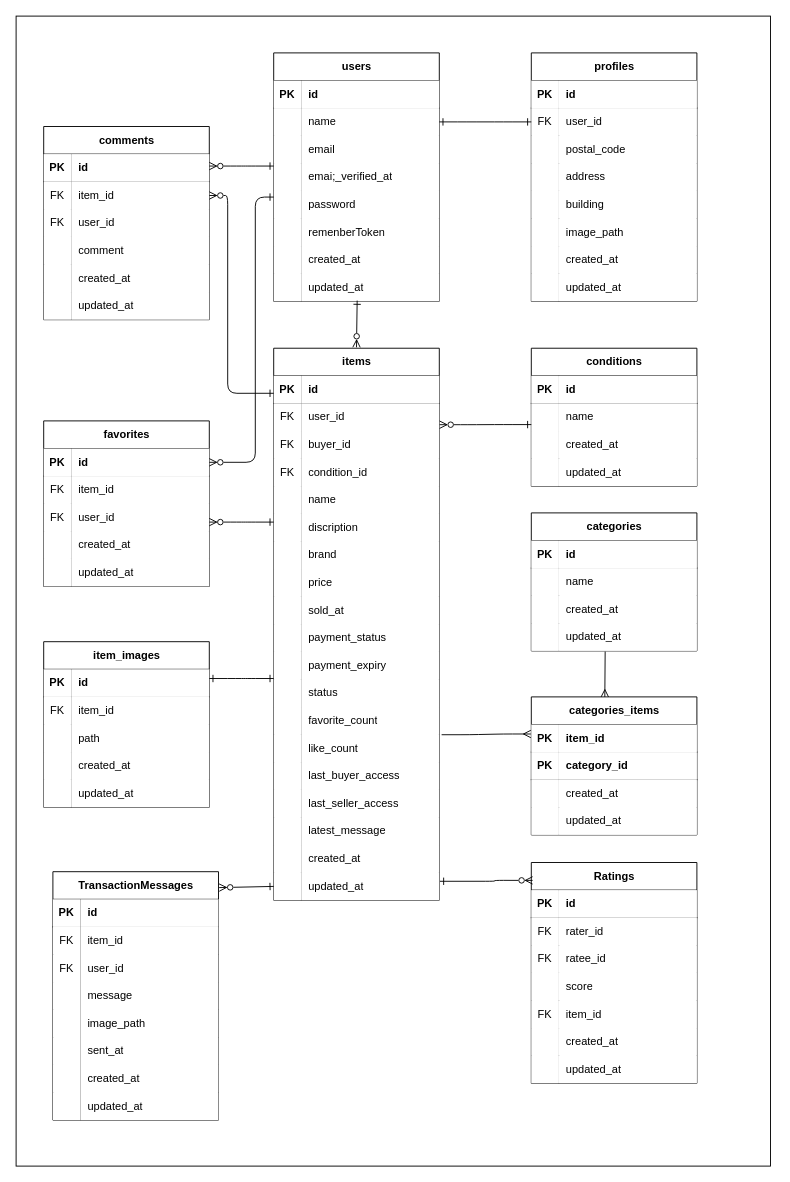
KOU-jpg/SubmitProTest keeps this draw.io diagram as erd.dio. Above is the earlier version. Source tidied: cells renumbered, new cells numbered last; positions are measured from the earlier drawing's top-left corner, leaving out a move shared by most shapes. Both pictures are drawn from the tidied source at 92%, with x=0, y=0 at pixel (16, 16).
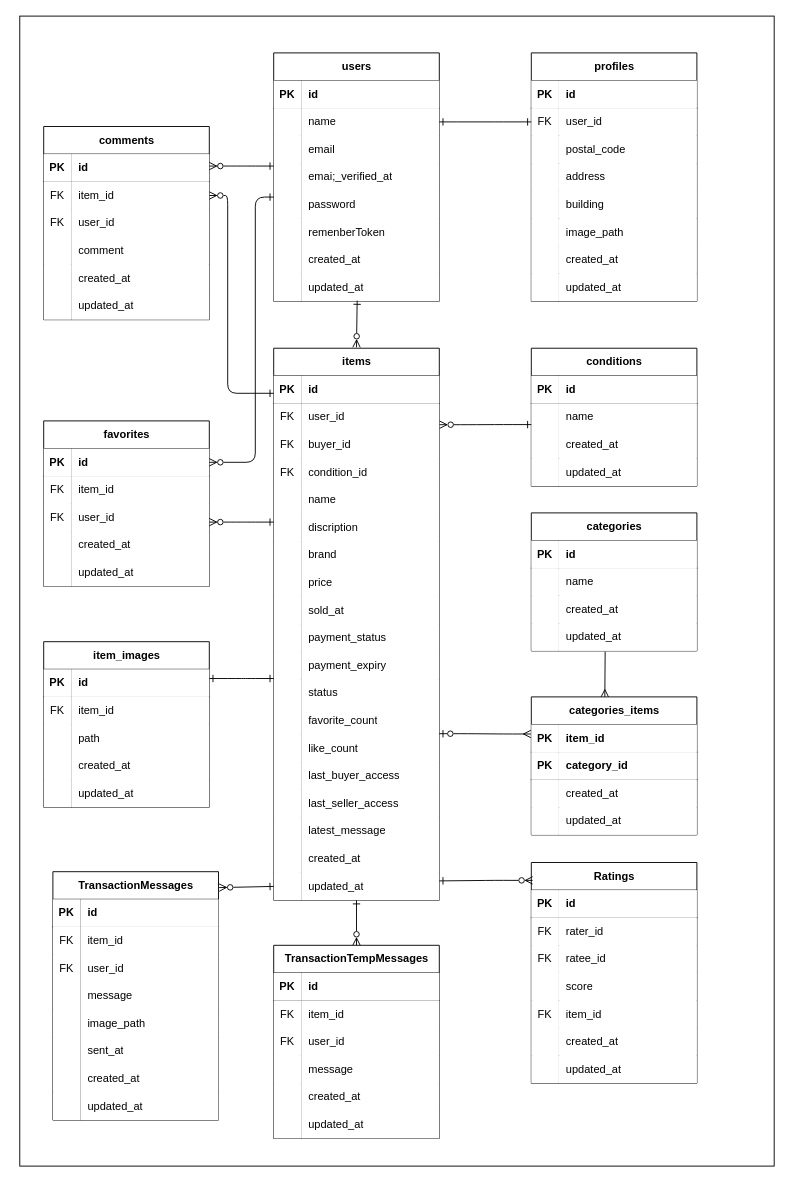
The same page after the edit.

Unchanged cells that the change refers to:
```xml
<mxCell id="63" value="items" style="shape=table;startSize=30;childLayout=tableLayout;rowLines=0;fontStyle=1;align=center;html=1;" parent="1" vertex="1">
  <mxGeometry x="280" y="361" width="180" height="600" as="geometry" />
</mxCell>
<mxCell id="100" style="shape=tableRow;horizontal=0;startSize=0;swimlaneHead=0;swimlaneBody=0;fillColor=none;points=[[0,0.5],[1,0.5]];portConstraint=eastwest;top=0;left=0;right=0;bottom=0;" parent="63" vertex="1">
  <mxGeometry y="390" width="180" height="30" as="geometry" />
</mxCell>
<mxCell id="118" style="shape=tableRow;horizontal=0;startSize=0;swimlaneHead=0;swimlaneBody=0;fillColor=none;points=[[0,0.5],[1,0.5]];portConstraint=eastwest;top=0;left=0;right=0;bottom=0;" parent="63" vertex="1">
  <mxGeometry y="570" width="180" height="30" as="geometry" />
</mxCell>
<mxCell id="189" style="shape=tableRow;horizontal=0;startSize=0;swimlaneHead=0;swimlaneBody=0;fillColor=none;points=[[0,0.5],[1,0.5]];portConstraint=eastwest;top=0;left=0;right=0;bottom=1;" parent="188" vertex="1">
  <mxGeometry y="30" width="180" height="30" as="geometry" />
</mxCell>
<mxCell id="236" value="Ratings" style="shape=table;startSize=30;childLayout=tableLayout;rowLines=0;fontStyle=1;align=center;html=1;" parent="1" vertex="1">
  <mxGeometry x="560" y="920" width="180" height="240" as="geometry" />
</mxCell>
```

The edit, as a diff of the source:
```diff
@@
     <mxCell id="2" style="rounded=0;whiteSpace=wrap;html=1;" parent="1" vertex="1">
-      <mxGeometry width="820" height="1250" as="geometry" />
+      <mxGeometry x="4" width="820" height="1250" as="geometry" />
     </mxCell>
@@
-    <mxCell id="209" style="edgeStyle=entityRelationEdgeStyle;fontSize=12;html=1;endArrow=ERmany;startArrow=none;exitX=1.014;exitY=1.004;exitDx=0;exitDy=0;endFill=0;startFill=0;entryX=-0.003;entryY=0.344;entryDx=0;entryDy=0;entryPerimeter=0;exitPerimeter=0;" parent="1" edge="1" source="100" target="189">
-      <mxGeometry relative="1" as="geometry" />
+    <mxCell id="209" style="edgeStyle=entityRelationEdgeStyle;fontSize=12;html=1;endArrow=ERmany;startArrow=ERzeroToOne;endFill=0;startFill=0;entryX=-0.003;entryY=0.344;entryDx=0;entryDy=0;entryPerimeter=0;" parent="1" edge="1" target="189">
+      <mxGeometry relative="1" as="geometry">
+        <mxPoint x="460" y="780" as="sourcePoint" />
+      </mxGeometry>
     </mxCell>
@@
-    <mxCell id="259" style="fontSize=12;html=1;endArrow=ERone;startArrow=ERzeroToMany;endFill=0;startFill=0;entryX=1.004;entryY=0.314;entryDx=0;entryDy=0;entryPerimeter=0;edgeStyle=orthogonalEdgeStyle;exitX=0.008;exitY=0.081;exitDx=0;exitDy=0;exitPerimeter=0;" parent="1" edge="1" source="236" target="118">
+    <mxCell id="259" style="fontSize=12;html=1;endArrow=ERone;startArrow=ERzeroToMany;endFill=0;startFill=0;edgeStyle=orthogonalEdgeStyle;exitX=0.008;exitY=0.081;exitDx=0;exitDy=0;exitPerimeter=0;" parent="1" edge="1" source="236">
       <mxGeometry relative="1" as="geometry">
+        <mxPoint x="460" y="940" as="targetPoint" />
         <Array as="points">
           <mxPoint x="520" y="939" />
         </Array>
       </mxGeometry>
     </mxCell>
+    <mxCell id="260" value="TransactionTempMessages" style="shape=table;startSize=30;childLayout=tableLayout;rowLines=0;fontStyle=1;align=center;html=1;" parent="1" vertex="1">
+      <mxGeometry x="280" y="1010" width="180" height="210" as="geometry" />
+    </mxCell>
+    <mxCell id="261" style="shape=tableRow;horizontal=0;startSize=0;swimlaneHead=0;swimlaneBody=0;fillColor=none;top=0;left=0;right=0;bottom=1;" parent="260" vertex="1">
+      <mxGeometry y="30" width="180" height="30" as="geometry" />
+    </mxCell>
+    <mxCell id="262" value="PK" style="shape=partialRectangle;top=0;left=0;bottom=0;right=0;fontStyle=1;overflow=hidden;whiteSpace=wrap;html=1;" parent="261" vertex="1">
+      <mxGeometry width="30" height="30" as="geometry" />
+    </mxCell>
+    <mxCell id="263" value="id" style="shape=partialRectangle;top=0;left=0;bottom=0;right=0;align=left;spacingLeft=6;fontStyle=1;overflow=hidden;whiteSpace=wrap;html=1;" parent="261" vertex="1">
+      <mxGeometry x="30" width="150" height="30" as="geometry" />
+    </mxCell>
+    <mxCell id="264" style="shape=tableRow;horizontal=0;startSize=0;swimlaneHead=0;swimlaneBody=0;fillColor=none;top=0;left=0;right=0;bottom=0;" parent="260" vertex="1">
+      <mxGeometry y="60" width="180" height="30" as="geometry" />
+    </mxCell>
+    <mxCell id="265" value="&lt;span style=&quot;color: rgb(0, 0, 0);&quot;&gt;FK&lt;/span&gt;" style="shape=partialRectangle;top=0;left=0;bottom=0;right=0;overflow=hidden;whiteSpace=wrap;html=1;" parent="264" vertex="1">
+      <mxGeometry width="30" height="30" as="geometry" />
+    </mxCell>
+    <mxCell id="266" value="&lt;span style=&quot;color: rgb(0, 0, 0);&quot;&gt;item_id&lt;/span&gt;" style="shape=partialRectangle;top=0;left=0;bottom=0;right=0;align=left;spacingLeft=6;overflow=hidden;whiteSpace=wrap;html=1;" parent="264" vertex="1">
+      <mxGeometry x="30" width="150" height="30" as="geometry" />
+    </mxCell>
+    <mxCell id="267" style="shape=tableRow;horizontal=0;startSize=0;swimlaneHead=0;swimlaneBody=0;fillColor=none;top=0;left=0;right=0;bottom=0;" parent="260" vertex="1">
+      <mxGeometry y="90" width="180" height="30" as="geometry" />
+    </mxCell>
+    <mxCell id="268" value="&lt;span style=&quot;color: rgb(0, 0, 0);&quot;&gt;FK&lt;/span&gt;" style="shape=partialRectangle;top=0;left=0;bottom=0;right=0;overflow=hidden;whiteSpace=wrap;html=1;" parent="267" vertex="1">
+      <mxGeometry width="30" height="30" as="geometry" />
+    </mxCell>
+    <mxCell id="269" value="&lt;span style=&quot;color: rgb(0, 0, 0);&quot;&gt;user_id&lt;/span&gt;" style="shape=partialRectangle;top=0;left=0;bottom=0;right=0;align=left;spacingLeft=6;overflow=hidden;whiteSpace=wrap;html=1;" parent="267" vertex="1">
+      <mxGeometry x="30" width="150" height="30" as="geometry" />
+    </mxCell>
+    <mxCell id="270" style="shape=tableRow;horizontal=0;startSize=0;swimlaneHead=0;swimlaneBody=0;fillColor=none;top=0;left=0;right=0;bottom=0;" parent="260" vertex="1">
+      <mxGeometry y="120" width="180" height="30" as="geometry" />
+    </mxCell>
+    <mxCell id="271" style="shape=partialRectangle;top=0;left=0;bottom=0;right=0;overflow=hidden;whiteSpace=wrap;html=1;" parent="270" vertex="1">
+      <mxGeometry width="30" height="30" as="geometry" />
+    </mxCell>
+    <mxCell id="272" value="message" style="shape=partialRectangle;top=0;left=0;bottom=0;right=0;align=left;spacingLeft=6;overflow=hidden;whiteSpace=wrap;html=1;" parent="270" vertex="1">
+      <mxGeometry x="30" width="150" height="30" as="geometry" />
+    </mxCell>
+    <mxCell id="273" style="shape=tableRow;horizontal=0;startSize=0;swimlaneHead=0;swimlaneBody=0;fillColor=none;top=0;left=0;right=0;bottom=0;" parent="260" vertex="1">
+      <mxGeometry y="150" width="180" height="30" as="geometry" />
+    </mxCell>
+    <mxCell id="274" style="shape=partialRectangle;top=0;left=0;bottom=0;right=0;overflow=hidden;whiteSpace=wrap;html=1;" parent="273" vertex="1">
+      <mxGeometry width="30" height="30" as="geometry" />
+    </mxCell>
+    <mxCell id="275" value="created_at" style="shape=partialRectangle;top=0;left=0;bottom=0;right=0;align=left;spacingLeft=6;overflow=hidden;whiteSpace=wrap;html=1;" parent="273" vertex="1">
+      <mxGeometry x="30" width="150" height="30" as="geometry" />
+    </mxCell>
+    <mxCell id="276" style="shape=tableRow;horizontal=0;startSize=0;swimlaneHead=0;swimlaneBody=0;fillColor=none;top=0;left=0;right=0;bottom=0;" parent="260" vertex="1">
+      <mxGeometry y="180" width="180" height="30" as="geometry" />
+    </mxCell>
+    <mxCell id="277" style="shape=partialRectangle;top=0;left=0;bottom=0;right=0;overflow=hidden;whiteSpace=wrap;html=1;" parent="276" vertex="1">
+      <mxGeometry width="30" height="30" as="geometry" />
+    </mxCell>
+    <mxCell id="278" value="updated_at" style="shape=partialRectangle;top=0;left=0;bottom=0;right=0;align=left;spacingLeft=6;overflow=hidden;whiteSpace=wrap;html=1;" parent="276" vertex="1">
+      <mxGeometry x="30" width="150" height="30" as="geometry" />
+    </mxCell>
+    <mxCell id="279" style="fontSize=12;html=1;endArrow=ERone;startArrow=ERzeroToMany;endFill=0;startFill=0;exitX=0.5;exitY=0;exitDx=0;exitDy=0;entryX=0.5;entryY=1;entryDx=0;entryDy=0;" parent="1" edge="1" source="260" target="63">
+      <mxGeometry relative="1" as="geometry" />
+    </mxCell>
```
